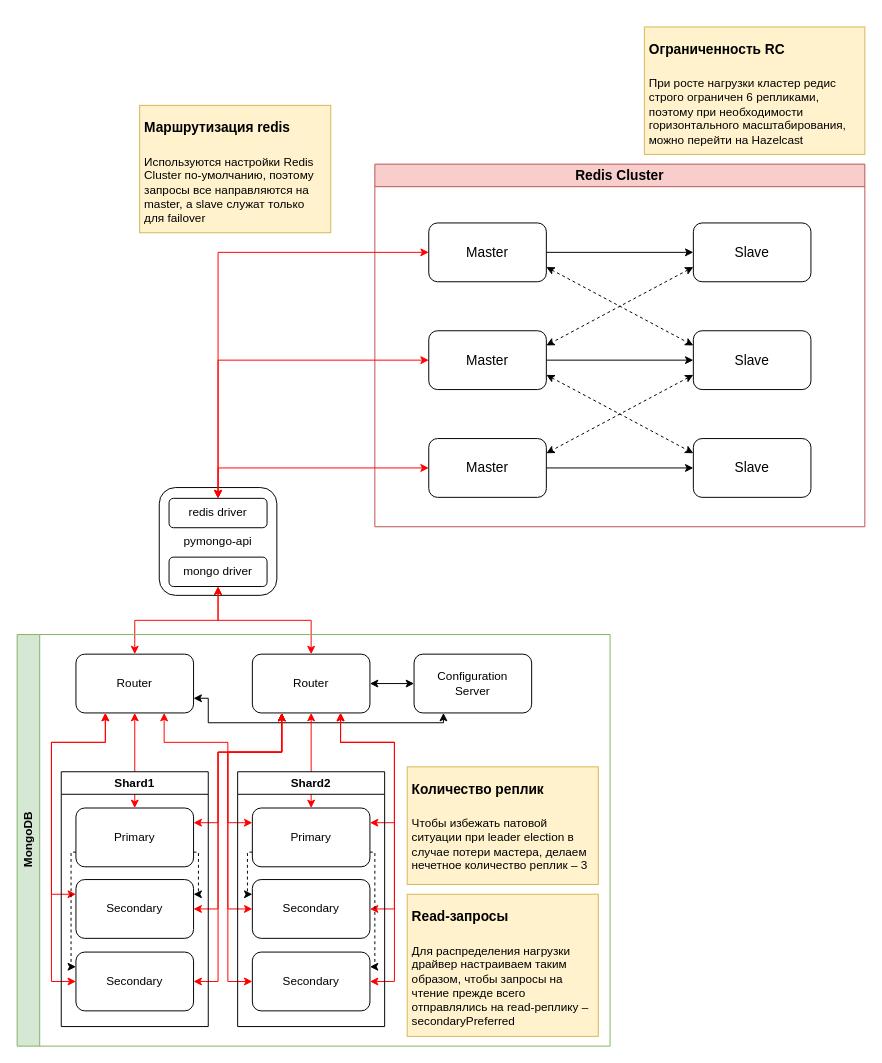
This is page "+Cache" (4 of 4) of task1.drawio from tkabdullin/arch-project-sprint-2, a draw.io file, before an edit. Source tidied: cells renumbered, new cells numbered last; positions are measured from the earlier drawing's top-left corner, leaving out a move shared by most shapes. Both pictures are drawn from the tidied source at 98%, with x=0, y=0 at pixel (17, 26).
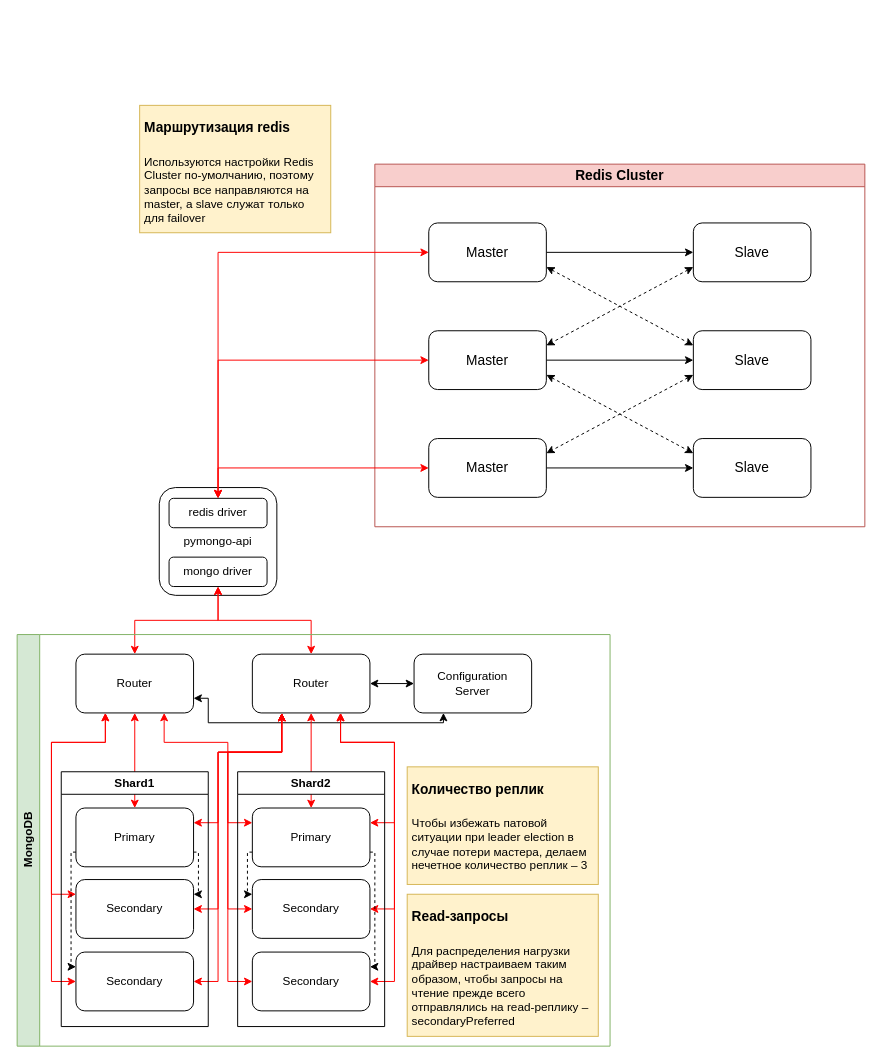
After the change.

Commit message (it also covers changes not shown here):
task 2 has been completed

The edit, as a diff of the source:
```diff
@@
-    <mxCell id="58" value="&lt;h1&gt;&lt;span style=&quot;font-size: 14px;&quot;&gt;Ограниченность RC&lt;/span&gt;&lt;/h1&gt;&lt;p&gt;При росте нагрузки кластер редис строго ограничен 6 репликами, поэтому при необходимости горизонтального масштабирования, можно перейти на Hazelcast&lt;/p&gt;" style="text;html=1;strokeColor=#d6b656;fillColor=#fff2cc;spacing=5;spacingTop=-20;whiteSpace=wrap;overflow=hidden;rounded=0;" parent="1" vertex="1">
-      <mxGeometry x="640" width="225" height="130" as="geometry" />
-    </mxCell>
```
